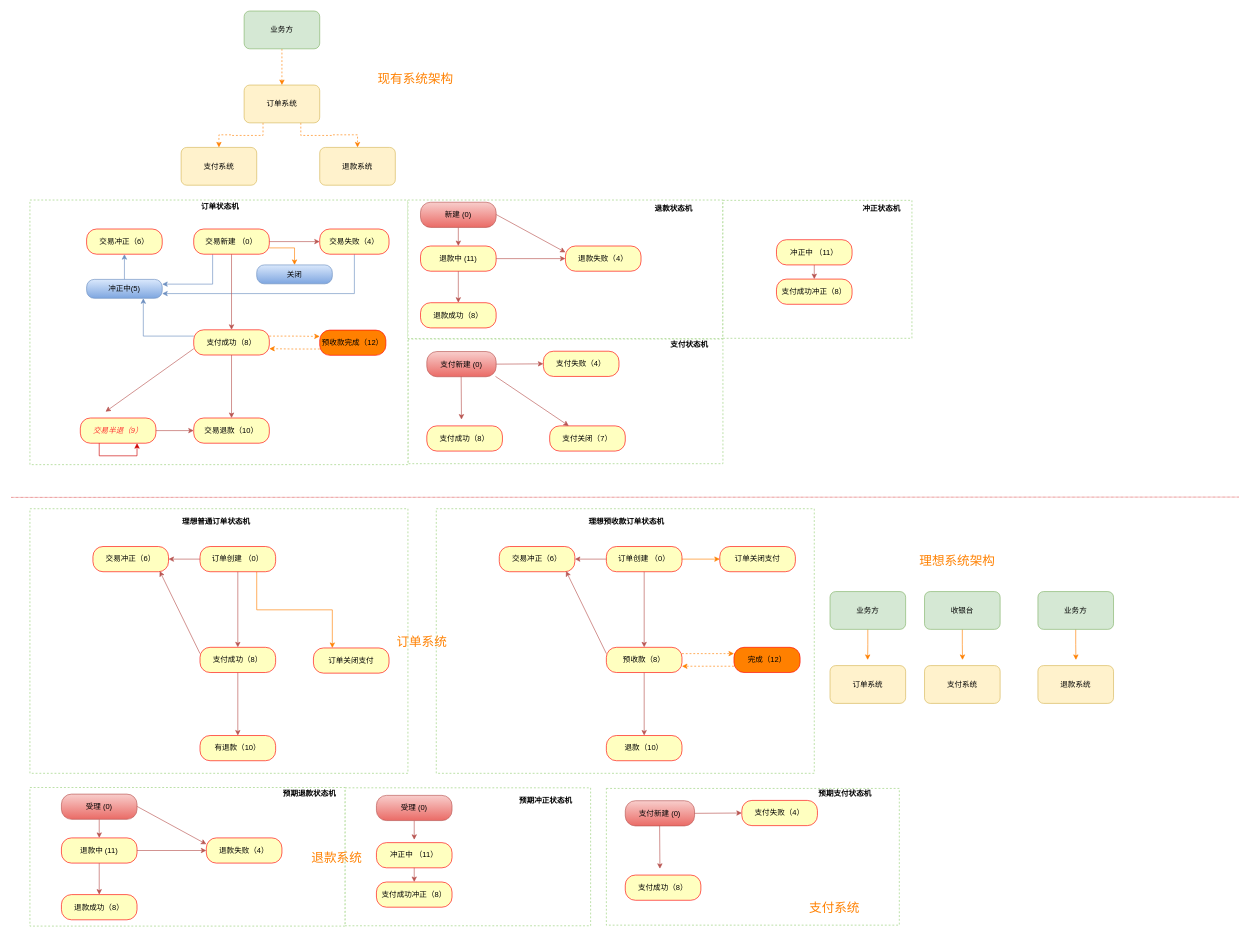
luoyuping/drawio keeps this draw.io diagram as 状态机2.drawio. Above is the earlier version. Source tidied: cells renumbered, new cells numbered last; positions are measured from the earlier drawing's top-left corner, leaving out a move shared by most shapes. Both pictures are drawn from the tidied source at 63%, with x=0, y=0 at pixel (11, 11).
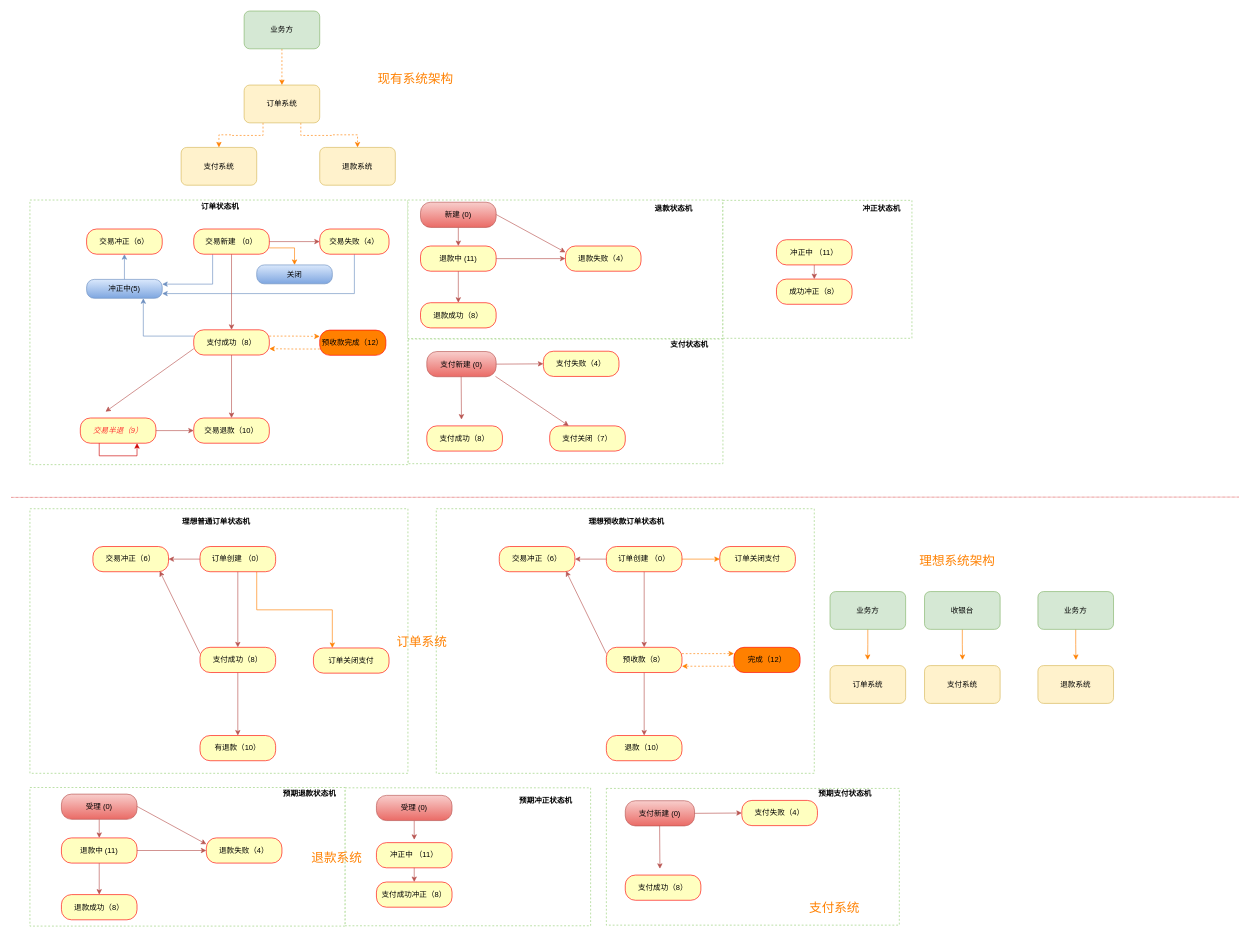
The same page after the edit.

Commit message:
更新状态机2.drawio

The edit, as a diff of the source:
```diff
@@
-    <mxCell id="55" value="支付成功冲正（8）" style="rounded=1;whiteSpace=wrap;html=1;arcSize=40;fillColor=#ffffc0;strokeColor=#ff0000;" parent="1" vertex="1">
+    <mxCell id="55" value="成功冲正（8）" style="rounded=1;whiteSpace=wrap;html=1;arcSize=40;fillColor=#ffffc0;strokeColor=#ff0000;" parent="1" vertex="1">
       <mxGeometry x="1215" y="425.5" width="120" height="40" as="geometry" />
     </mxCell>
```
